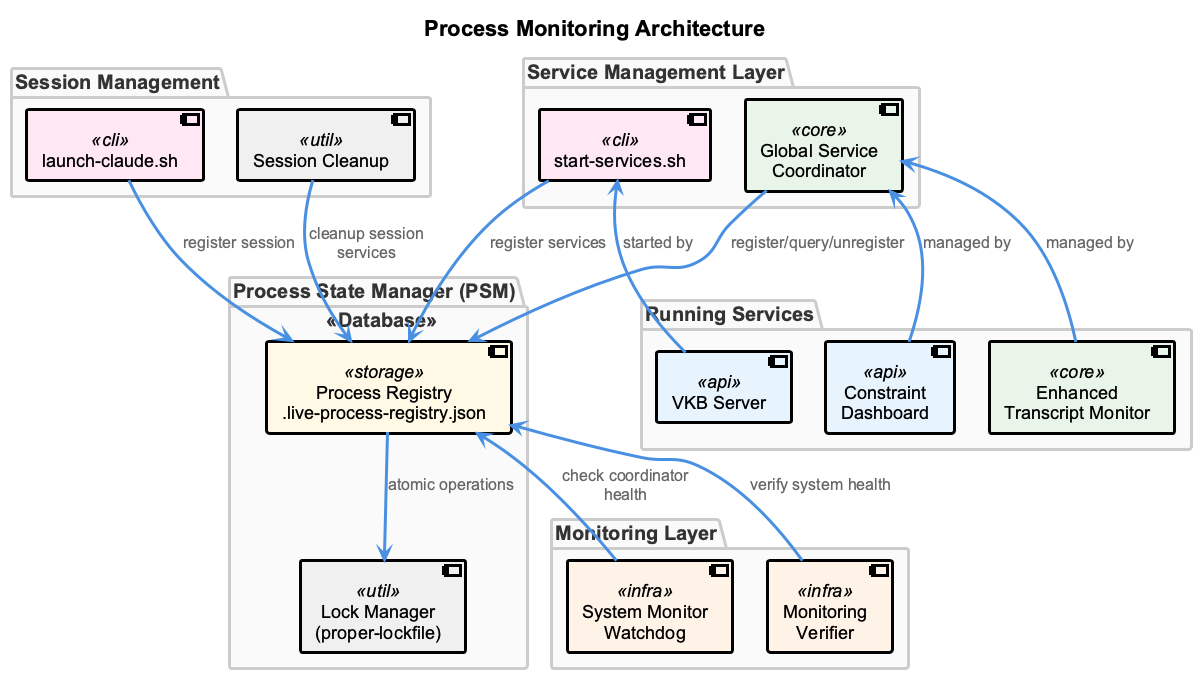
Above: docs/presentation/images/monitoring-architecture.png in fwornle/coding (PlantUML), before the change.
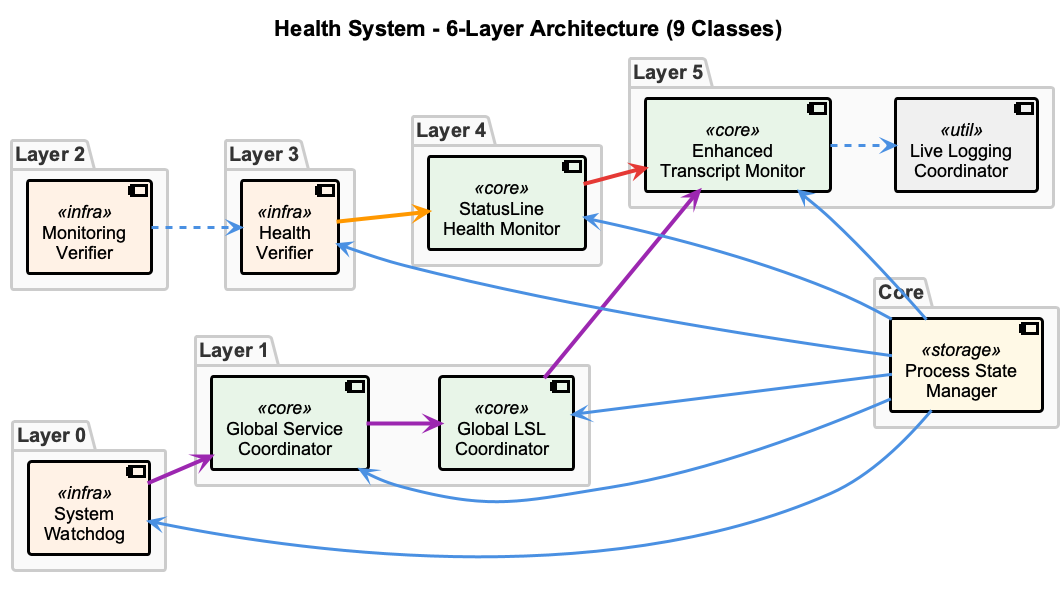
Later version of the same file.

Commit message:
docs: re-worked health system

The edit, as a diff of the source:
```diff
@@ -1,54 +1,53 @@
 @startuml
 !include _standard-style.puml
 
-title Process Monitoring Architecture
+title Health System - 6-Layer Architecture (9 Classes)
 
 left to right direction
 
-left to right direction
-
-left to right direction
-
-top to bottom direction
-
-package "Session Management" {
-  component [launch-claude.sh] as LaunchClaude <<cli>>
-  component [Session Cleanup] as Cleanup <<util>>
+package "Layer 0" {
+  component [System\nWatchdog] as SMW <<infra>>
 }
 
-package "Service Management Layer" {
-  component [Global Service\nCoordinator] as Coordinator <<core>>
-  component [start-services.sh] as StartScript <<cli>>
+package "Layer 1" {
+  component [Global Service\nCoordinator] as GSC <<core>>
+  component [Global LSL\nCoordinator] as GLC <<core>>
 }
 
-package "Process State Manager (PSM)" <<Database>> {
-  component [Process Registry\n.live-process-registry.json] as PSM_Registry <<storage>>
-  component [Lock Manager\n(proper-lockfile)] as Lock <<util>>
-
-  PSM_Registry -down-> Lock : atomic operations
+package "Layer 2" {
+  component [Monitoring\nVerifier] as MV <<infra>>
 }
 
-package "Monitoring Layer" {
-  component [System Monitor\nWatchdog] as Watchdog <<infra>>
-  component [Monitoring\nVerifier] as Verifier <<infra>>
+package "Layer 3" {
+  component [Health\nVerifier] as HV <<infra>>
 }
 
-package "Running Services" {
-  component [Constraint\nDashboard] as Dashboard <<api>>
-  component [Enhanced\nTranscript Monitor] as TranscriptMon <<core>>
-  component [VKB Server] as VKB <<api>>
+package "Layer 4" {
+  component [StatusLine\nHealth Monitor] as SHM <<core>>
 }
 
-LaunchClaude -down-> PSM_Registry : register session
-Cleanup -down-> PSM_Registry : cleanup session services
-Coordinator -down-> PSM_Registry : register/query/unregister
-StartScript -down-> PSM_Registry : register services
+package "Layer 5" {
+  component [Enhanced\nTranscript Monitor] as ETM <<core>>
+  component [Live Logging\nCoordinator] as LLC <<util>>
+}
 
-Watchdog -up-> PSM_Registry : check coordinator health
-Verifier -up-> PSM_Registry : verify system health
+package "Core" {
+  component [Process State\nManager] as PSM <<storage>>
+}
 
-Dashboard -up-> Coordinator : managed by
-TranscriptMon -up-> Coordinator : managed by
-VKB -up-> StartScript : started by
+SMW CONTROL_LINE GSC
+GSC CONTROL_LINE GLC
+GLC CONTROL_LINE ETM
+MV ..> HV
+HV DATA_LINE SHM
+SHM SYNC_LINE ETM
+ETM ..> LLC
+
+PSM -up-> SMW
+PSM -up-> GSC
+PSM -up-> GLC
+PSM -up-> HV
+PSM -up-> SHM
+PSM -up-> ETM
 
 @enduml
```
